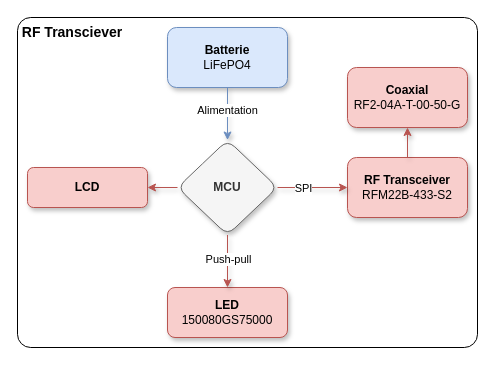
Earlier version of the draw.io diagram Documentation/ODB2/Explications/Diagram_Receiver.drawio (GAULAvionique2024-2025/Ordinateur-de-bord). Source tidied: cells renumbered, new cells numbered last; positions are measured from the earlier drawing's top-left corner, leaving out a move shared by most shapes. Both pictures are drawn from the tidied source at 100%, with x=0, y=0 at pixel (17, 17).
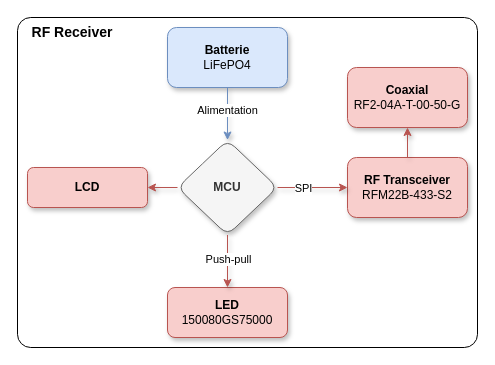
After the change.

What changed in the source:
```diff
@@
 <mxGraphModel>
   <root>
     <mxCell id="0" />
     <mxCell id="1" parent="0" />
     <mxCell id="2" style="rounded=1;whiteSpace=wrap;html=1;imageWidth=24;arcSize=4;" parent="1" vertex="1">
       <mxGeometry width="460" height="330" as="geometry" />
     </mxCell>
     <mxCell id="3" value="&lt;b&gt;MCU&lt;/b&gt;" style="rhombus;whiteSpace=wrap;html=1;rounded=1;shadow=1;fillColor=#f5f5f5;fontColor=#333333;strokeColor=#666666;" parent="1" vertex="1">
       <mxGeometry x="160" y="122.5" width="100" height="95" as="geometry" />
     </mxCell>
     <mxCell id="4" value="&lt;div&gt;&lt;b&gt;RF Transceiver&lt;/b&gt;&lt;/div&gt;RFM22B-433-S2" style="rounded=1;whiteSpace=wrap;html=1;fillColor=#f8cecc;strokeColor=#b85450;shadow=1;" parent="1" vertex="1">
       <mxGeometry x="330" y="140" width="120" height="60" as="geometry" />
     </mxCell>
     <mxCell id="5" value="&lt;b&gt;Coaxial&lt;/b&gt;&lt;div&gt;RF2-04A-T-00-50-G&lt;br&gt;&lt;/div&gt;" style="rounded=1;whiteSpace=wrap;html=1;fillColor=#f8cecc;strokeColor=#b85450;shadow=1;" parent="1" vertex="1">
       <mxGeometry x="330" y="50" width="120" height="60" as="geometry" />
     </mxCell>
     <mxCell id="6" style="endArrow=classic;html=1;rounded=0;entryX=0;entryY=0.5;entryDx=0;entryDy=0;exitX=1;exitY=0.5;exitDx=0;exitDy=0;fillColor=#f8cecc;strokeColor=#b85450;shadow=1;" parent="1" edge="1" source="3" target="4">
       <mxGeometry relative="1" as="geometry" />
     </mxCell>
     <mxCell id="7" value="SPI" style="edgeLabel;html=1;align=center;verticalAlign=middle;" parent="6" vertex="1">
       <mxGeometry x="-0.3" relative="1" as="geometry" />
     </mxCell>
     <mxCell id="8" style="endArrow=classic;html=1;rounded=0;entryX=0.5;entryY=1;entryDx=0;entryDy=0;exitX=0.5;exitY=0;exitDx=0;exitDy=0;fillColor=#f8cecc;strokeColor=#b85450;shadow=1;" parent="1" edge="1" source="4" target="5">
       <mxGeometry relative="1" as="geometry" />
     </mxCell>
     <mxCell id="9" value="&lt;b&gt;LCD&lt;/b&gt;" style="rounded=1;whiteSpace=wrap;html=1;fillColor=#f8cecc;strokeColor=#b85450;shadow=1;" parent="1" vertex="1">
       <mxGeometry x="10" y="150" width="120" height="40" as="geometry" />
     </mxCell>
     <mxCell id="10" style="edgeStyle=orthogonalEdgeStyle;rounded=0;orthogonalLoop=1;jettySize=auto;html=1;exitX=0.5;exitY=1;exitDx=0;exitDy=0;" parent="1" edge="1" source="9" target="9">
       <mxGeometry relative="1" as="geometry" />
     </mxCell>
     <mxCell id="11" style="endArrow=classic;html=1;rounded=0;entryX=1;entryY=0.5;entryDx=0;entryDy=0;exitX=0;exitY=0.5;exitDx=0;exitDy=0;fillColor=#f8cecc;strokeColor=#b85450;shadow=1;" parent="1" edge="1" source="3" target="9">
       <mxGeometry relative="1" as="geometry" />
     </mxCell>
     <mxCell id="12" value="&lt;b&gt;Batterie&lt;/b&gt;&lt;div&gt;LiFePO4&lt;/div&gt;" style="rounded=1;whiteSpace=wrap;html=1;fillColor=#dae8fc;strokeColor=#6c8ebf;shadow=1;" parent="1" vertex="1">
       <mxGeometry x="150" y="10" width="120" height="60" as="geometry" />
     </mxCell>
     <mxCell id="13" style="endArrow=classic;html=1;rounded=0;exitX=0.5;exitY=1;exitDx=0;exitDy=0;entryX=0.5;entryY=0;entryDx=0;entryDy=0;fillColor=#dae8fc;strokeColor=#6c8ebf;shadow=1;" parent="1" edge="1" source="12" target="3">
       <mxGeometry relative="1" as="geometry" />
     </mxCell>
     <mxCell id="14" value="Alimentation" style="edgeLabel;html=1;align=center;verticalAlign=middle;" parent="13" vertex="1">
       <mxGeometry x="-0.16" y="-1" relative="1" as="geometry" />
     </mxCell>
     <mxCell id="15" value="&lt;b&gt;LED&lt;/b&gt;&lt;div&gt;150080GS75000&lt;br&gt;&lt;/div&gt;" style="rounded=1;whiteSpace=wrap;html=1;fillColor=#f8cecc;strokeColor=#b85450;shadow=1;" parent="1" vertex="1">
       <mxGeometry x="150" y="270" width="120" height="50" as="geometry" />
     </mxCell>
     <mxCell id="16" style="endArrow=classic;html=1;rounded=0;entryX=0.5;entryY=0;entryDx=0;entryDy=0;exitX=0.5;exitY=1;exitDx=0;exitDy=0;fillColor=#f8cecc;strokeColor=#b85450;shadow=1;" parent="1" edge="1" source="3" target="15">
       <mxGeometry relative="1" as="geometry" />
     </mxCell>
     <mxCell id="17" value="Push-pull" style="edgeLabel;html=1;align=center;verticalAlign=middle;" parent="16" vertex="1">
       <mxGeometry x="-0.1" relative="1" as="geometry" />
     </mxCell>
-    <mxCell id="18" value="&lt;font style=&quot;font-size: 14px;&quot;&gt;&lt;b&gt;RF Transciever&lt;/b&gt;&lt;/font&gt;" style="text;html=1;align=center;verticalAlign=middle;whiteSpace=wrap;rounded=0;" parent="1" vertex="1">
+    <mxCell id="18" value="&lt;font style=&quot;font-size: 14px;&quot;&gt;&lt;b&gt;RF Receiver&lt;/b&gt;&lt;/font&gt;" style="text;html=1;align=center;verticalAlign=middle;whiteSpace=wrap;rounded=0;" parent="1" vertex="1">
       <mxGeometry width="110" height="30" as="geometry" />
     </mxCell>
   </root>
 </mxGraphModel>
```
